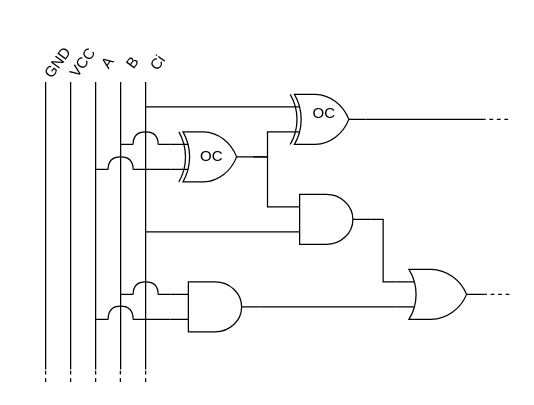
This is sessions/4-/assets/1bfa.drawio from P2-718na/electronics-laboratory, a draw.io file, before an edit. Source tidied: cells renumbered, new cells numbered last; positions are measured from the earlier drawing's top-left corner, leaving out a move shared by most shapes. Both pictures are drawn from the tidied source at 125%, with x=0, y=0 at pixel (20, 44).
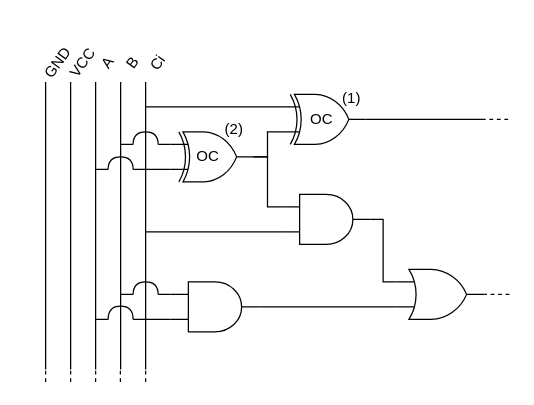
After the change.

What changed in the source:
```diff
@@
     <mxCell id="19" value="OC" style="text;html=1;strokeColor=none;fillColor=none;align=center;verticalAlign=middle;whiteSpace=wrap;rounded=0;" parent="1" vertex="1">
-      <mxGeometry x="123" y="75" width="60" height="30" as="geometry" />
+      <mxGeometry x="120" y="75" width="60" height="30" as="geometry" />
     </mxCell>
     <mxCell id="20" value="OC" style="text;html=1;strokeColor=none;fillColor=none;align=center;verticalAlign=middle;whiteSpace=wrap;rounded=0;" parent="1" vertex="1">
-      <mxGeometry x="212.5" y="40" width="60" height="30" as="geometry" />
+      <mxGeometry x="210.5" y="45" width="60" height="30" as="geometry" />
     </mxCell>
@@
+    <mxCell id="45" value="(1)" style="text;html=1;strokeColor=none;fillColor=none;align=center;verticalAlign=middle;whiteSpace=wrap;rounded=0;" parent="1" vertex="1">
+      <mxGeometry x="235" y="28" width="60" height="30" as="geometry" />
+    </mxCell>
+    <mxCell id="46" value="(2)" style="text;html=1;strokeColor=none;fillColor=none;align=center;verticalAlign=middle;whiteSpace=wrap;rounded=0;" parent="1" vertex="1">
+      <mxGeometry x="141" y="53" width="60" height="30" as="geometry" />
+    </mxCell>
```
